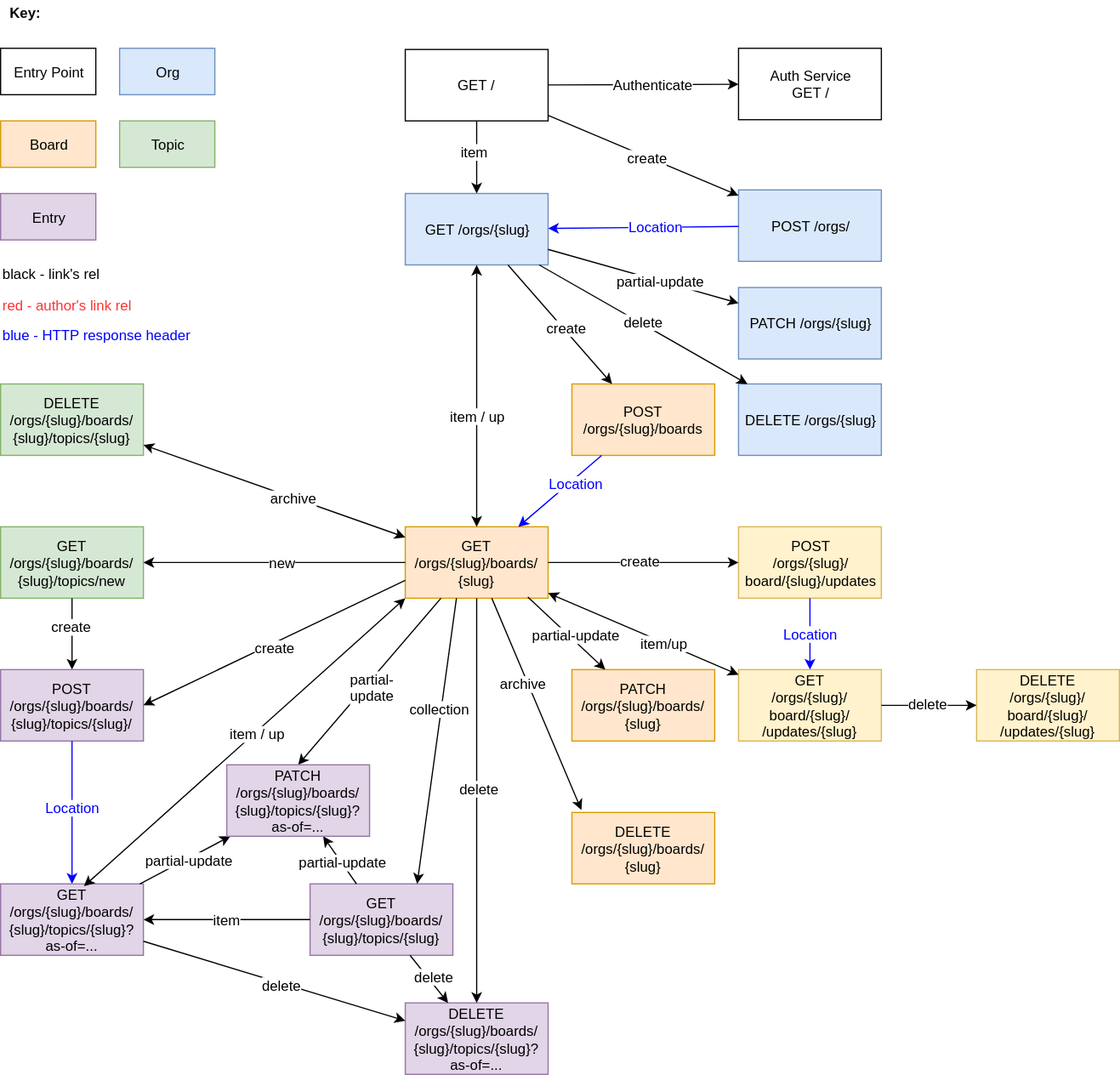
This is docs/OC-Storage-REST-API.svg from open-company/open-company-storage, a draw.io export, as it was before one commit. Source tidied: cells renumbered, new cells last; positions are measured from the earlier drawing's top-left corner, leaving out a move shared by most shapes.
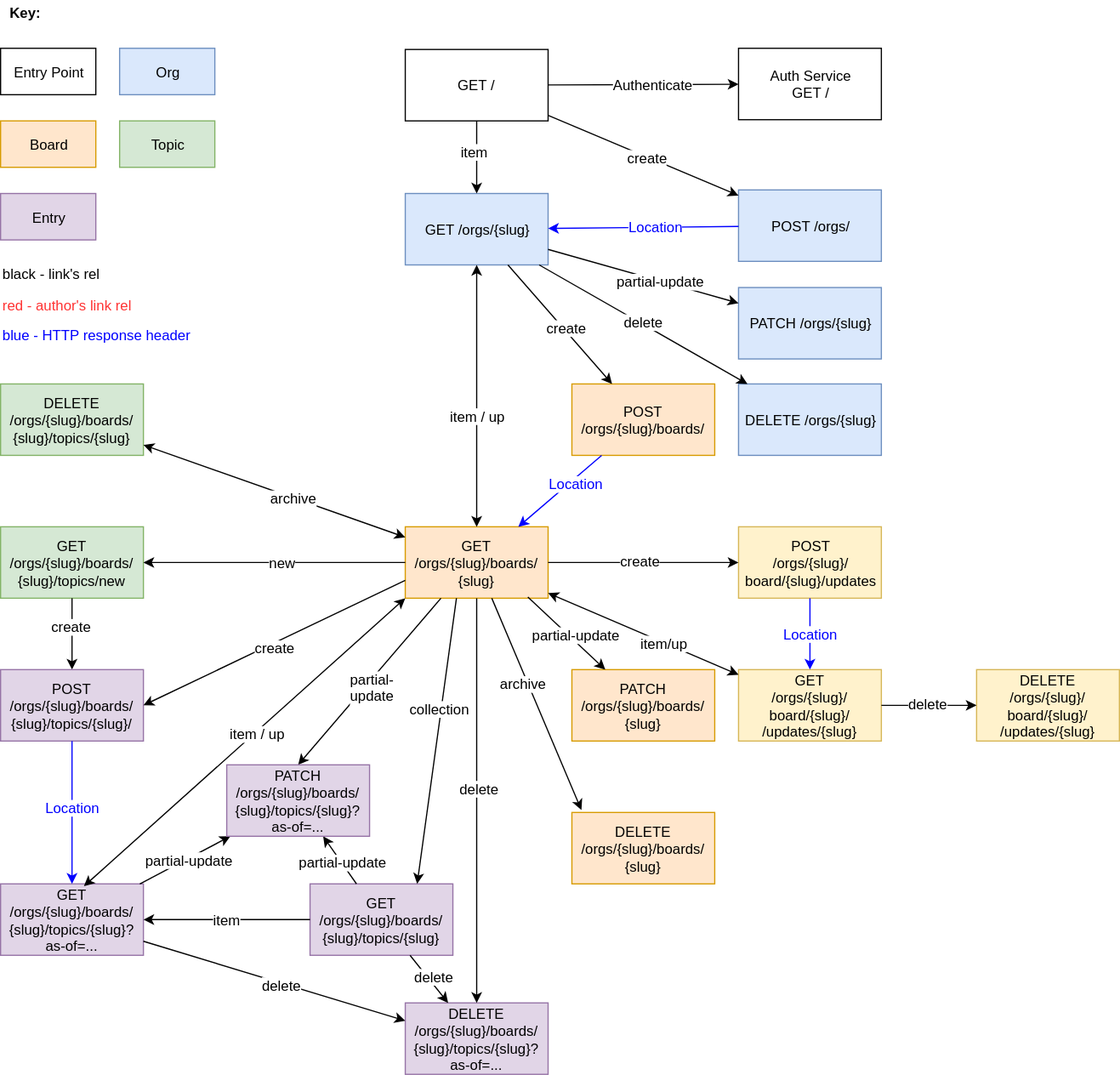
The same file after the commit.

What changed in the source:
```diff
@@ -92,7 +92,7 @@
     <mxCell id="31" value="item / up" style="text;html=1;align=center;verticalAlign=middle;labelBackgroundColor=#ffffff;fontSize=12;fontColor=#000000;" parent="30" vertex="1">
       <mxGeometry x="0.15" relative="1" as="geometry" />
     </mxCell>
-    <mxCell id="32" value="POST /orgs/{slug}/boards" style="whiteSpace=wrap;html=1;fontSize=12;fontColor=#000000;fillColor=#ffe6cc;strokeColor=#d79b00;" parent="1" vertex="1">
+    <mxCell id="32" value="POST /orgs/{slug}/boards/" style="whiteSpace=wrap;html=1;fontSize=12;fontColor=#000000;fillColor=#ffe6cc;strokeColor=#d79b00;" parent="1" vertex="1">
       <mxGeometry x="480" y="322" width="120" height="60" as="geometry" />
     </mxCell>
     <mxCell id="33" style="endArrow=classic;html=1;strokeColor=#000000;fontSize=12;fontColor=#000000;" parent="1" edge="1" source="12" target="32">
```
